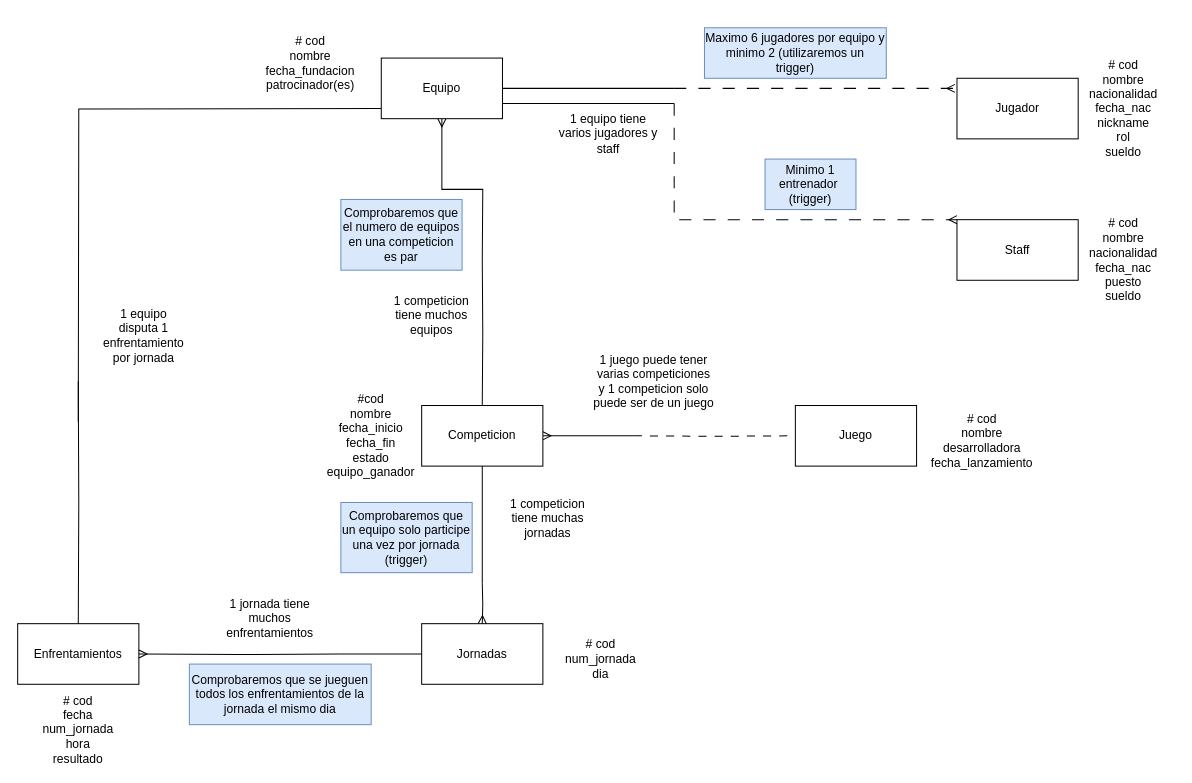
ByteBrawl-Consulting/Consultoria-E-Sports keeps this draw.io diagram as Base de Datos/Fase 1/MER.drawio. Above is the earlier version. Source tidied: cells renumbered, new cells numbered last; positions are measured from the earlier drawing's top-left corner, leaving out a move shared by most shapes. Both pictures are drawn from the tidied source at 101%, with x=0, y=0 at pixel (17, 17).
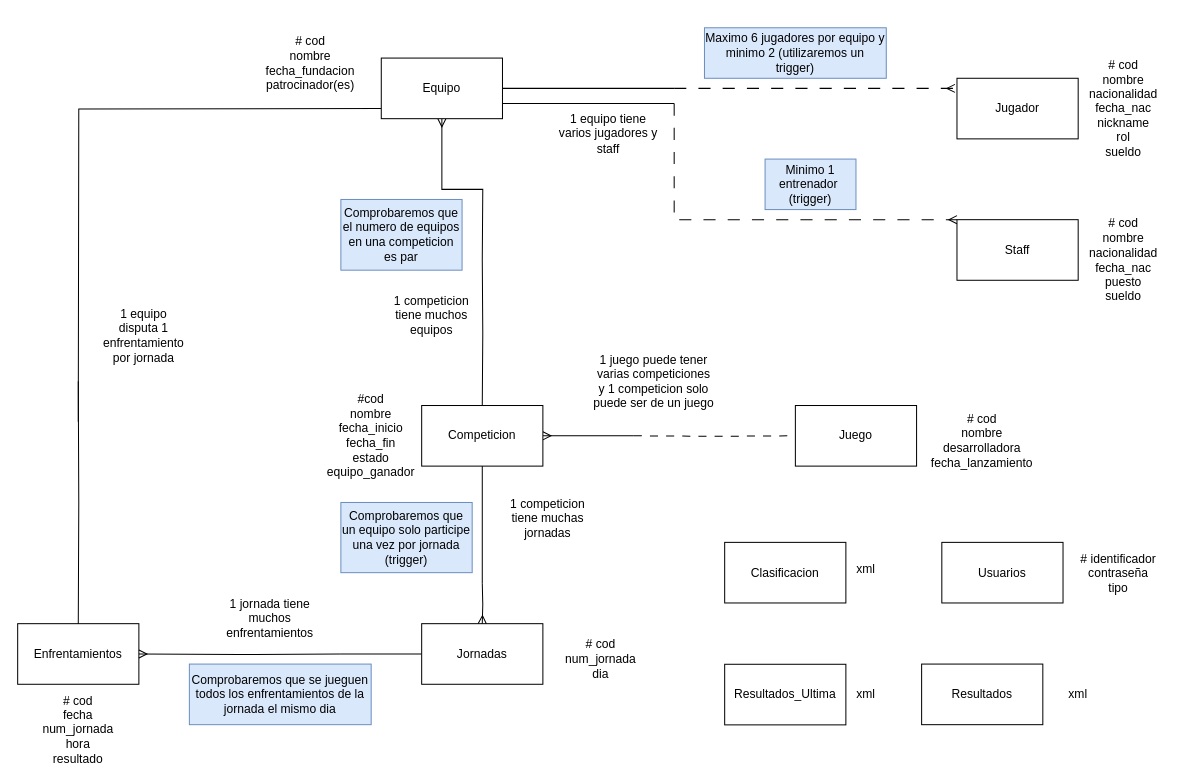
The same page after the edit.

Diff of the diagram source:
```diff
@@
+    <mxCell id="41" value="Usuarios" style="rounded=0;whiteSpace=wrap;html=1;" parent="1" vertex="1">
+      <mxGeometry x="915" y="519.5" width="120" height="60" as="geometry" />
+    </mxCell>
+    <mxCell id="42" value="# identificador&lt;div&gt;contraseña&lt;br&gt;&lt;div&gt;tipo&lt;/div&gt;&lt;/div&gt;" style="text;html=1;align=center;verticalAlign=middle;whiteSpace=wrap;rounded=0;" parent="1" vertex="1">
+      <mxGeometry x="1035" y="509.5" width="110" height="80.5" as="geometry" />
+    </mxCell>
+    <mxCell id="43" value="Resultados_Ultima" style="rounded=0;whiteSpace=wrap;html=1;" parent="1" vertex="1">
+      <mxGeometry x="700" y="640.2" width="120" height="60" as="geometry" />
+    </mxCell>
+    <mxCell id="44" value="Resultados" style="rounded=0;whiteSpace=wrap;html=1;" parent="1" vertex="1">
+      <mxGeometry x="895" y="640" width="120" height="60" as="geometry" />
+    </mxCell>
+    <mxCell id="45" value="xml" style="text;html=1;align=center;verticalAlign=middle;whiteSpace=wrap;rounded=0;" parent="1" vertex="1">
+      <mxGeometry x="810" y="655.2" width="60" height="30" as="geometry" />
+    </mxCell>
+    <mxCell id="46" value="xml" style="text;html=1;align=center;verticalAlign=middle;whiteSpace=wrap;rounded=0;" parent="1" vertex="1">
+      <mxGeometry x="1020" y="655" width="60" height="30" as="geometry" />
+    </mxCell>
+    <mxCell id="47" value="Clasificacion" style="rounded=0;whiteSpace=wrap;html=1;" parent="1" vertex="1">
+      <mxGeometry x="700" y="519.5" width="120" height="60" as="geometry" />
+    </mxCell>
+    <mxCell id="48" value="xml" style="text;html=1;align=center;verticalAlign=middle;whiteSpace=wrap;rounded=0;" parent="1" vertex="1">
+      <mxGeometry x="810" y="531" width="60" height="30" as="geometry" />
+    </mxCell>
```
